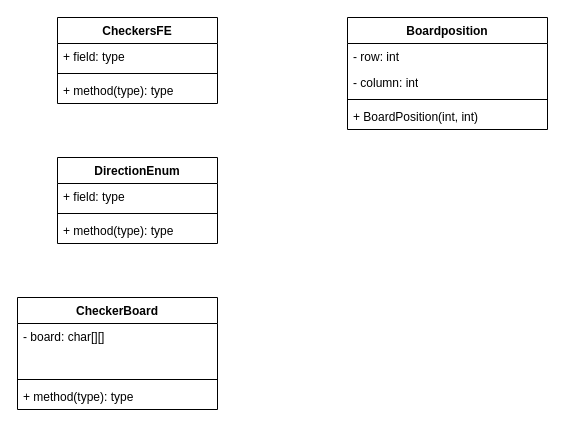
Above: CheckersUML.drawio in ksurisetty11/checkers-project (draw.io), before the change. Source tidied: cells renumbered, new cells numbered last; positions are measured from the earlier drawing's top-left corner, leaving out a move shared by most shapes. Both pictures are drawn from the tidied source at 100%, with x=0, y=0 at pixel (17, 17).
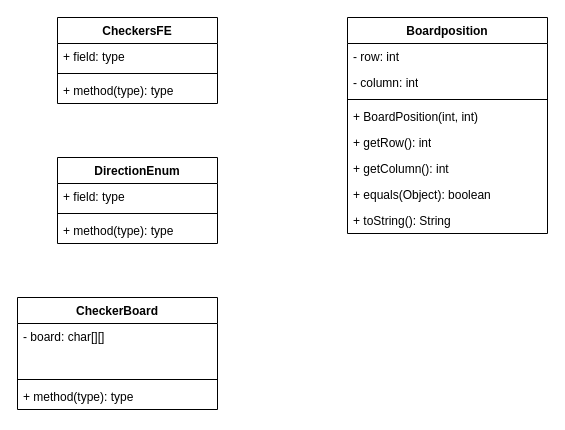
The same page after the edit.

Diff of the diagram source:
```diff
@@
     <mxCell id="6" value="Boardposition" style="swimlane;fontStyle=1;align=center;verticalAlign=top;horizontal=1;startSize=26;whiteSpace=wrap;html=1;" parent="1" vertex="1">
-      <mxGeometry x="330" width="200" height="112" as="geometry" />
+      <mxGeometry x="330" width="200" height="216" as="geometry" />
     </mxCell>
@@
+    <mxCell id="20" value="+ getRow(): int" style="text;strokeColor=none;fillColor=none;align=left;verticalAlign=top;spacingLeft=4;spacingRight=4;overflow=hidden;whiteSpace=wrap;html=1;" parent="6" vertex="1">
+      <mxGeometry y="112" width="200" height="26" as="geometry" />
+    </mxCell>
+    <mxCell id="21" value="+ getColumn(): int" style="text;strokeColor=none;fillColor=none;align=left;verticalAlign=top;spacingLeft=4;spacingRight=4;overflow=hidden;whiteSpace=wrap;html=1;" parent="6" vertex="1">
+      <mxGeometry y="138" width="200" height="26" as="geometry" />
+    </mxCell>
+    <mxCell id="22" value="+ equals(Object): boolean" style="text;strokeColor=none;fillColor=none;align=left;verticalAlign=top;spacingLeft=4;spacingRight=4;overflow=hidden;whiteSpace=wrap;html=1;" parent="6" vertex="1">
+      <mxGeometry y="164" width="200" height="26" as="geometry" />
+    </mxCell>
+    <mxCell id="23" value="+ toString(): String" style="text;strokeColor=none;fillColor=none;align=left;verticalAlign=top;spacingLeft=4;spacingRight=4;overflow=hidden;whiteSpace=wrap;html=1;" parent="6" vertex="1">
+      <mxGeometry y="190" width="200" height="26" as="geometry" />
+    </mxCell>
```
